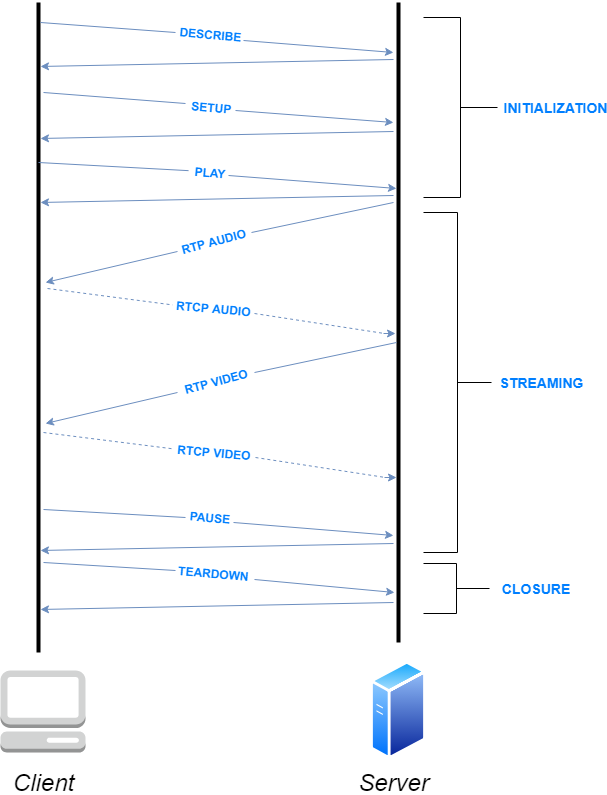
VideoStreamingEnseirb/RTSP-RTP keeps this draw.io diagram as images/exchanges.png. Above is the earlier version. Source tidied: cells renumbered, new cells last; positions are measured from the earlier drawing's top-left corner, leaving out a move shared by most shapes. Source of this version:
```xml
<mxGraphModel>
  <root>
    <mxCell id="0" />
    <mxCell id="1" parent="0" />
    <mxCell id="2" style="line;strokeWidth=4;direction=south;html=1;perimeter=backbonePerimeter;" parent="1" vertex="1">
      <mxGeometry x="33" width="10" height="650" as="geometry" />
    </mxCell>
    <mxCell id="3" style="line;strokeWidth=4;direction=south;html=1;perimeter=backbonePerimeter;" parent="1" vertex="1">
      <mxGeometry x="393" width="10" height="640" as="geometry" />
    </mxCell>
    <mxCell id="4" value="&lt;font style=&quot;font-size: 24px&quot;&gt;&lt;i&gt;Server&lt;/i&gt;&lt;/font&gt;" style="text;html=1;strokeColor=none;fillColor=none;align=center;verticalAlign=middle;whiteSpace=wrap;rounded=0;" parent="1" vertex="1">
      <mxGeometry x="373" y="770" width="40" height="20" as="geometry" />
    </mxCell>
    <mxCell id="5" style="endArrow=none;html=1;fillColor=#dae8fc;strokeColor=#6c8ebf;" parent="1" edge="1">
      <mxGeometry relative="1" as="geometry">
        <mxPoint x="40" y="20" as="sourcePoint" />
        <mxPoint x="175" y="30" as="targetPoint" />
      </mxGeometry>
    </mxCell>
    <mxCell id="6" value="DESCRIBE" style="text;html=1;align=center;verticalAlign=middle;whiteSpace=wrap;rounded=0;rotation=5;direction=west;glass=1;fontStyle=1;fontColor=#007FFF;" parent="1" vertex="1">
      <mxGeometry x="190" y="17" width="40" height="30" as="geometry" />
    </mxCell>
    <mxCell id="7" style="endArrow=classic;html=1;fillColor=#dae8fc;strokeColor=#6c8ebf;" parent="1" edge="1">
      <mxGeometry relative="1" as="geometry">
        <mxPoint x="243" y="38" as="sourcePoint" />
        <mxPoint x="393" y="50" as="targetPoint" />
      </mxGeometry>
    </mxCell>
    <mxCell id="8" style="endArrow=classic;html=1;entryX=0.197;entryY=0.3;entryDx=0;entryDy=0;entryPerimeter=0;fillColor=#dae8fc;strokeColor=#6c8ebf;" parent="1" edge="1">
      <mxGeometry relative="1" as="geometry">
        <mxPoint x="393" y="57" as="sourcePoint" />
        <mxPoint x="40" y="64" as="targetPoint" />
      </mxGeometry>
    </mxCell>
    <mxCell id="9" style="endArrow=none;html=1;fillColor=#dae8fc;strokeColor=#6c8ebf;" parent="1" edge="1">
      <mxGeometry relative="1" as="geometry">
        <mxPoint x="43" y="90" as="sourcePoint" />
        <mxPoint x="185" y="101" as="targetPoint" />
      </mxGeometry>
    </mxCell>
    <mxCell id="10" value="SETUP" style="text;html=1;align=center;verticalAlign=middle;whiteSpace=wrap;rounded=0;rotation=5;direction=west;glass=1;fontStyle=1;fontColor=#007FFF;" parent="1" vertex="1">
      <mxGeometry x="191" y="90" width="40" height="30" as="geometry" />
    </mxCell>
    <mxCell id="11" style="endArrow=classic;html=1;fillColor=#dae8fc;strokeColor=#6c8ebf;" parent="1" edge="1">
      <mxGeometry relative="1" as="geometry">
        <mxPoint x="235" y="108" as="sourcePoint" />
        <mxPoint x="393" y="120" as="targetPoint" />
      </mxGeometry>
    </mxCell>
    <mxCell id="12" style="endArrow=classic;html=1;entryX=0.197;entryY=0.3;entryDx=0;entryDy=0;entryPerimeter=0;fillColor=#dae8fc;strokeColor=#6c8ebf;" parent="1" edge="1">
      <mxGeometry relative="1" as="geometry">
        <mxPoint x="393" y="129" as="sourcePoint" />
        <mxPoint x="40" y="136" as="targetPoint" />
      </mxGeometry>
    </mxCell>
    <mxCell id="13" style="endArrow=none;html=1;fillColor=#dae8fc;strokeColor=#6c8ebf;entryX=1;entryY=0.5;entryDx=0;entryDy=0;" parent="1" edge="1" target="14">
      <mxGeometry relative="1" as="geometry">
        <mxPoint x="38" y="160" as="sourcePoint" />
      </mxGeometry>
    </mxCell>
    <mxCell id="14" value="PLAY" style="text;html=1;align=center;verticalAlign=middle;whiteSpace=wrap;rounded=0;rotation=5;direction=west;glass=1;fontStyle=1;fontColor=#007FFF;" parent="1" vertex="1">
      <mxGeometry x="188" y="155" width="42" height="30" as="geometry" />
    </mxCell>
    <mxCell id="15" style="endArrow=classic;html=1;fillColor=#dae8fc;strokeColor=#6c8ebf;entryX=0.547;entryY=0.6;entryDx=0;entryDy=0;entryPerimeter=0;" parent="1" edge="1">
      <mxGeometry relative="1" as="geometry">
        <mxPoint x="228" y="173" as="sourcePoint" />
        <mxPoint x="396" y="186" as="targetPoint" />
      </mxGeometry>
    </mxCell>
    <mxCell id="16" style="endArrow=classic;html=1;entryX=0.197;entryY=0.3;entryDx=0;entryDy=0;entryPerimeter=0;fillColor=#dae8fc;strokeColor=#6c8ebf;" parent="1" edge="1">
      <mxGeometry relative="1" as="geometry">
        <mxPoint x="393" y="193" as="sourcePoint" />
        <mxPoint x="40" y="200" as="targetPoint" />
      </mxGeometry>
    </mxCell>
    <mxCell id="17" style="endArrow=none;html=1;fillColor=#dae8fc;strokeColor=#6c8ebf;" parent="1" edge="1">
      <mxGeometry relative="1" as="geometry">
        <mxPoint x="43" y="507" as="sourcePoint" />
        <mxPoint x="185" y="515" as="targetPoint" />
      </mxGeometry>
    </mxCell>
    <mxCell id="18" value="PAUSE" style="text;html=1;align=center;verticalAlign=middle;whiteSpace=wrap;rounded=0;rotation=5;direction=west;glass=1;fontStyle=1;fontColor=#007FFF;" parent="1" vertex="1">
      <mxGeometry x="188" y="500" width="42" height="30" as="geometry" />
    </mxCell>
    <mxCell id="19" style="endArrow=classic;html=1;entryX=0.197;entryY=0.3;entryDx=0;entryDy=0;entryPerimeter=0;fillColor=#dae8fc;strokeColor=#6c8ebf;" parent="1" edge="1">
      <mxGeometry relative="1" as="geometry">
        <mxPoint x="393" y="541" as="sourcePoint" />
        <mxPoint x="40" y="548" as="targetPoint" />
      </mxGeometry>
    </mxCell>
    <mxCell id="20" style="endArrow=none;html=1;fillColor=#dae8fc;strokeColor=#6c8ebf;" parent="1" edge="1">
      <mxGeometry relative="1" as="geometry">
        <mxPoint x="43" y="560" as="sourcePoint" />
        <mxPoint x="175" y="568" as="targetPoint" />
      </mxGeometry>
    </mxCell>
    <mxCell id="21" value="TEARDOWN" style="text;html=1;align=center;verticalAlign=middle;whiteSpace=wrap;rounded=0;rotation=5;direction=west;glass=1;fontStyle=1;fontColor=#007FFF;" parent="1" vertex="1">
      <mxGeometry x="192" y="556" width="42" height="30" as="geometry" />
    </mxCell>
    <mxCell id="22" style="endArrow=classic;html=1;fillColor=#dae8fc;strokeColor=#6c8ebf;" parent="1" edge="1">
      <mxGeometry relative="1" as="geometry">
        <mxPoint x="254" y="577" as="sourcePoint" />
        <mxPoint x="394" y="590" as="targetPoint" />
      </mxGeometry>
    </mxCell>
    <mxCell id="23" style="endArrow=classic;html=1;entryX=0.197;entryY=0.3;entryDx=0;entryDy=0;entryPerimeter=0;fillColor=#dae8fc;strokeColor=#6c8ebf;" parent="1" edge="1">
      <mxGeometry relative="1" as="geometry">
        <mxPoint x="393" y="600" as="sourcePoint" />
        <mxPoint x="40" y="607" as="targetPoint" />
      </mxGeometry>
    </mxCell>
    <mxCell id="24" style="endArrow=classic;html=1;fillColor=#dae8fc;strokeColor=#6c8ebf;" parent="1" edge="1">
      <mxGeometry relative="1" as="geometry">
        <mxPoint x="233" y="520" as="sourcePoint" />
        <mxPoint x="393" y="533" as="targetPoint" />
      </mxGeometry>
    </mxCell>
    <mxCell id="25" style="endArrow=none;html=1;fillColor=#dae8fc;strokeColor=#6c8ebf;" parent="1" edge="1">
      <mxGeometry relative="1" as="geometry">
        <mxPoint x="251" y="230" as="sourcePoint" />
        <mxPoint x="393" y="200" as="targetPoint" />
      </mxGeometry>
    </mxCell>
    <mxCell id="26" value="RTP AUDIO" style="text;html=1;align=center;verticalAlign=middle;whiteSpace=wrap;rounded=0;rotation=-15;direction=west;glass=1;fontStyle=1;fontColor=#007FFF;" parent="1" vertex="1">
      <mxGeometry x="157" y="224" width="112" height="30" as="geometry" />
    </mxCell>
    <mxCell id="27" style="endArrow=classic;html=1;fillColor=#dae8fc;strokeColor=#6c8ebf;" parent="1" edge="1">
      <mxGeometry relative="1" as="geometry">
        <mxPoint x="177" y="249" as="sourcePoint" />
        <mxPoint x="45" y="280" as="targetPoint" />
      </mxGeometry>
    </mxCell>
    <mxCell id="28" style="endArrow=none;dashed=1;html=1;fontColor=#007FFF;fillColor=#dae8fc;strokeColor=#6c8ebf;entryX=1;entryY=0.5;entryDx=0;entryDy=0;" parent="1" edge="1" target="29">
      <mxGeometry relative="1" as="geometry">
        <mxPoint x="47" y="286" as="sourcePoint" />
      </mxGeometry>
    </mxCell>
    <mxCell id="29" value="RTCP AUDIO" style="text;html=1;align=center;verticalAlign=middle;whiteSpace=wrap;rounded=0;rotation=5;direction=west;glass=1;fontStyle=1;fontColor=#007FFF;" parent="1" vertex="1">
      <mxGeometry x="172" y="291" width="82" height="30" as="geometry" />
    </mxCell>
    <mxCell id="30" style="endArrow=none;dashed=1;html=1;fontColor=#007FFF;fillColor=#dae8fc;strokeColor=#6c8ebf;" parent="1" edge="1">
      <mxGeometry relative="1" as="geometry">
        <mxPoint x="254" y="311" as="sourcePoint" />
        <mxPoint x="384" y="331" as="targetPoint" />
      </mxGeometry>
    </mxCell>
    <mxCell id="31" style="endArrow=classic;html=1;fillColor=#dae8fc;strokeColor=#6c8ebf;" parent="1" edge="1">
      <mxGeometry relative="1" as="geometry">
        <mxPoint x="383" y="331" as="sourcePoint" />
        <mxPoint x="395" y="331" as="targetPoint" />
        <Array as="points">
          <mxPoint x="383" y="331" />
        </Array>
      </mxGeometry>
    </mxCell>
    <mxCell id="32" style="endArrow=none;html=1;fillColor=#dae8fc;strokeColor=#6c8ebf;" parent="1" edge="1">
      <mxGeometry relative="1" as="geometry">
        <mxPoint x="254" y="370" as="sourcePoint" />
        <mxPoint x="396" y="340" as="targetPoint" />
      </mxGeometry>
    </mxCell>
    <mxCell id="33" value="RTP VIDEO" style="text;html=1;align=center;verticalAlign=middle;whiteSpace=wrap;rounded=0;rotation=-15;direction=west;glass=1;fontStyle=1;fontColor=#007FFF;" parent="1" vertex="1">
      <mxGeometry x="152" y="364" width="126" height="30" as="geometry" />
    </mxCell>
    <mxCell id="34" style="endArrow=classic;html=1;fillColor=#dae8fc;strokeColor=#6c8ebf;" parent="1" edge="1">
      <mxGeometry relative="1" as="geometry">
        <mxPoint x="177" y="390" as="sourcePoint" />
        <mxPoint x="45" y="421" as="targetPoint" />
      </mxGeometry>
    </mxCell>
    <mxCell id="35" style="endArrow=none;dashed=1;html=1;fontColor=#007FFF;fillColor=#dae8fc;strokeColor=#6c8ebf;entryX=1;entryY=0.5;entryDx=0;entryDy=0;" parent="1" edge="1" target="36">
      <mxGeometry relative="1" as="geometry">
        <mxPoint x="43" y="430" as="sourcePoint" />
      </mxGeometry>
    </mxCell>
    <mxCell id="36" value="RTCP VIDEO" style="text;html=1;align=center;verticalAlign=middle;whiteSpace=wrap;rounded=0;rotation=5;direction=west;glass=1;fontStyle=1;fontColor=#007FFF;" parent="1" vertex="1">
      <mxGeometry x="173" y="435" width="82" height="30" as="geometry" />
    </mxCell>
    <mxCell id="37" style="endArrow=none;dashed=1;html=1;fontColor=#007FFF;fillColor=#dae8fc;strokeColor=#6c8ebf;" parent="1" edge="1">
      <mxGeometry relative="1" as="geometry">
        <mxPoint x="255" y="455" as="sourcePoint" />
        <mxPoint x="385" y="475" as="targetPoint" />
      </mxGeometry>
    </mxCell>
    <mxCell id="38" style="endArrow=classic;html=1;fillColor=#dae8fc;strokeColor=#6c8ebf;" parent="1" edge="1">
      <mxGeometry relative="1" as="geometry">
        <mxPoint x="384" y="475" as="sourcePoint" />
        <mxPoint x="396" y="475" as="targetPoint" />
        <Array as="points">
          <mxPoint x="384" y="475" />
        </Array>
      </mxGeometry>
    </mxCell>
    <mxCell id="39" style="html=1;shape=mxgraph.flowchart.annotation_2;align=left;labelPosition=right;glass=1;fontColor=#007FFF;rotation=-180;" parent="1" vertex="1">
      <mxGeometry x="423" y="210" width="68" height="340" as="geometry" />
    </mxCell>
    <mxCell id="40" style="html=1;shape=mxgraph.flowchart.annotation_2;align=left;labelPosition=right;glass=1;fontColor=#007FFF;rotation=-180;" parent="1" vertex="1">
      <mxGeometry x="423" y="15" width="74" height="180" as="geometry" />
    </mxCell>
    <mxCell id="41" style="html=1;shape=mxgraph.flowchart.annotation_2;align=left;labelPosition=right;glass=1;fontColor=#007FFF;rotation=-180;" parent="1" vertex="1">
      <mxGeometry x="423" y="561" width="66" height="50" as="geometry" />
    </mxCell>
    <mxCell id="42" value="INITIALIZATION" style="text;html=1;strokeColor=none;fillColor=none;align=center;verticalAlign=middle;whiteSpace=wrap;rounded=0;glass=1;fontColor=#007FFF;fontSize=14;fontStyle=1;" parent="1" vertex="1">
      <mxGeometry x="525" y="82.5" width="60" height="45" as="geometry" />
    </mxCell>
    <mxCell id="43" value="STREAMING" style="text;html=1;strokeColor=none;fillColor=none;align=center;verticalAlign=middle;whiteSpace=wrap;rounded=0;glass=1;fontColor=#007FFF;fontStyle=1;fontSize=14;" parent="1" vertex="1">
      <mxGeometry x="511" y="357.5" width="60" height="45" as="geometry" />
    </mxCell>
    <mxCell id="44" value="CLOSURE" style="text;html=1;strokeColor=none;fillColor=none;align=center;verticalAlign=middle;whiteSpace=wrap;rounded=0;glass=1;fontColor=#007FFF;fontStyle=1;fontSize=14;" parent="1" vertex="1">
      <mxGeometry x="505" y="563.5" width="60" height="45" as="geometry" />
    </mxCell>
    <mxCell id="45" style="perimeter=ellipsePerimeter;html=1;align=center;shadow=0;dashed=0;spacingTop=3;image;image=img/lib/active_directory/generic_server.svg;" parent="1" vertex="1">
      <mxGeometry x="370" y="658" width="56" height="100" as="geometry" />
    </mxCell>
    <mxCell id="46" value="&lt;font style=&quot;font-size: 24px&quot;&gt;&lt;i&gt;Client&lt;/i&gt;&lt;/font&gt;" style="text;html=1;strokeColor=none;fillColor=none;align=center;verticalAlign=middle;whiteSpace=wrap;rounded=0;" parent="1" vertex="1">
      <mxGeometry x="23" y="770" width="40" height="20" as="geometry" />
    </mxCell>
    <mxCell id="47" style="dashed=0;verticalLabelPosition=bottom;verticalAlign=top;align=center;html=1;shape=mxgraph.aws3.management_console;fillColor=#D2D3D3;gradientColor=none;" parent="1" vertex="1">
      <mxGeometry y="668" width="85" height="82" as="geometry" />
    </mxCell>
  </root>
</mxGraphModel>
```
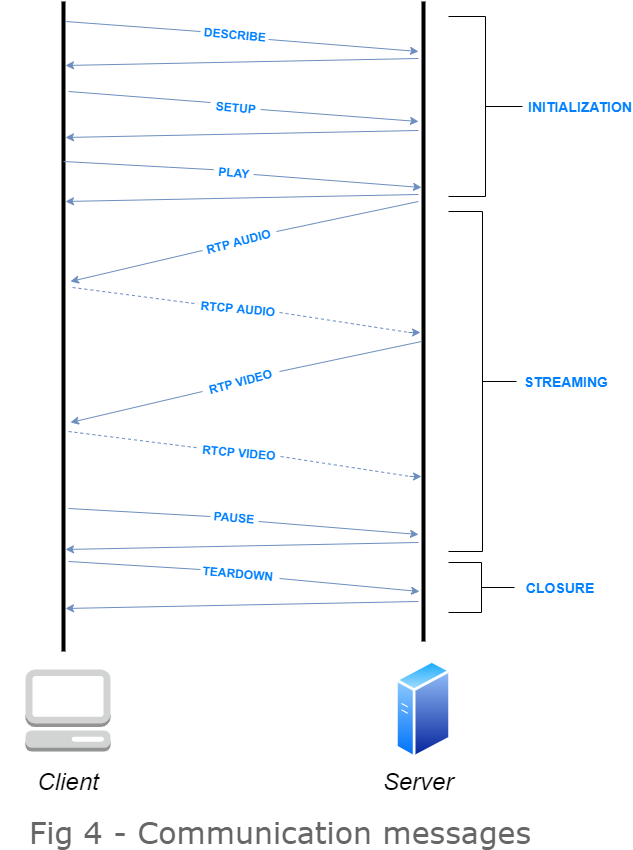
The same diagram one commit later.

What changed in the source:
```diff
@@ -218,5 +218,8 @@
     <mxCell id="47" style="dashed=0;verticalLabelPosition=bottom;verticalAlign=top;align=center;html=1;shape=mxgraph.aws3.management_console;fillColor=#D2D3D3;gradientColor=none;" parent="1" vertex="1">
       <mxGeometry y="668" width="85" height="82" as="geometry" />
     </mxCell>
+    <mxCell id="48" value="&lt;font style=&quot;font-size: 30px&quot; face=&quot;Verdana&quot; color=&quot;#666666&quot;&gt;Fig 4 - Communication messages&lt;/font&gt;" style="text;html=1;strokeColor=none;fillColor=none;align=center;verticalAlign=middle;whiteSpace=wrap;rounded=0;" parent="1" vertex="1">
+      <mxGeometry x="-25" y="820" width="560" height="20" as="geometry" />
+    </mxCell>
   </root>
 </mxGraphModel>
```
